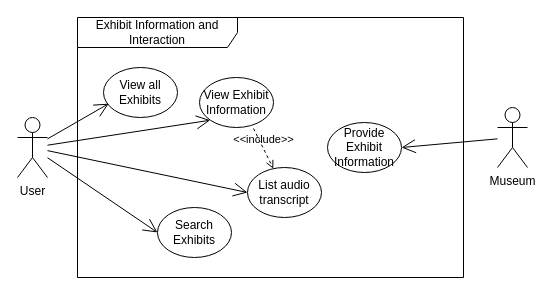
Earlier version of the draw.io diagram Use Case Diagrams/Exhibit Information.drawio (gsklaven/MusePath). Source tidied: cells renumbered, new cells numbered last; positions are measured from the earlier drawing's top-left corner, leaving out a move shared by most shapes. Both pictures are drawn from the tidied source at 100%, with x=0, y=0 at pixel (17, 17).
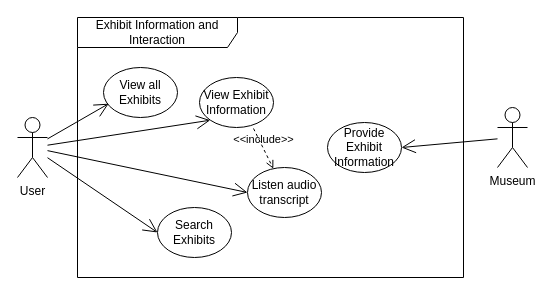
Above is the later version.

Change to the diagram source:
```diff
@@
 <mxGraphModel>
   <root>
     <mxCell id="0" />
     <mxCell id="1" parent="0" />
     <mxCell id="2" value="Exhibit Information and Interaction" style="shape=umlFrame;whiteSpace=wrap;html=1;width=160;" parent="1" vertex="1">
       <mxGeometry x="60" width="386" height="260" as="geometry" />
     </mxCell>
     <mxCell id="3" value="View Exhibit Information" style="ellipse;whiteSpace=wrap;html=1;" parent="2" vertex="1">
       <mxGeometry x="122" y="60" width="74" height="50" as="geometry" />
     </mxCell>
-    <mxCell id="4" value="List audio transcript" style="ellipse;whiteSpace=wrap;html=1;" parent="2" vertex="1">
+    <mxCell id="4" value="Listen audio transcript" style="ellipse;whiteSpace=wrap;html=1;" parent="2" vertex="1">
       <mxGeometry x="170" y="150" width="74" height="50" as="geometry" />
     </mxCell>
     <mxCell id="5" value="View all Exhibits" style="ellipse;whiteSpace=wrap;html=1;" parent="2" vertex="1">
       <mxGeometry x="26" y="50" width="74" height="50" as="geometry" />
     </mxCell>
     <mxCell id="6" value="Search Exhibits" style="ellipse;whiteSpace=wrap;html=1;" parent="2" vertex="1">
       <mxGeometry x="80" y="190" width="74" height="50" as="geometry" />
     </mxCell>
     <mxCell id="7" value="&amp;lt;&amp;lt;include&amp;gt;&amp;gt;" style="html=1;verticalAlign=bottom;labelBackgroundColor=none;endArrow=open;endFill=0;dashed=1;rounded=0;exitX=0.73;exitY=1.02;exitDx=0;exitDy=0;exitPerimeter=0;" parent="2" edge="1" source="3" target="4">
       <mxGeometry relative="1" as="geometry" />
     </mxCell>
     <mxCell id="8" value="Provide Exhibit Information" style="ellipse;whiteSpace=wrap;html=1;" parent="2" vertex="1">
       <mxGeometry x="250" y="105" width="74" height="50" as="geometry" />
     </mxCell>
     <mxCell id="9" value="User" style="shape=umlActor;verticalLabelPosition=bottom;verticalAlign=top;html=1;" parent="1" vertex="1">
       <mxGeometry y="100" width="30" height="60" as="geometry" />
     </mxCell>
     <mxCell id="10" style="endArrow=open;endFill=1;endSize=12;html=1;rounded=0;entryX=0.07;entryY=0.724;entryDx=0;entryDy=0;entryPerimeter=0;" parent="1" edge="1" source="9" target="5">
       <mxGeometry relative="1" as="geometry" />
     </mxCell>
     <mxCell id="11" style="endArrow=open;endFill=1;endSize=12;html=1;rounded=0;entryX=0;entryY=1;entryDx=0;entryDy=0;" parent="1" edge="1" source="9" target="3">
       <mxGeometry relative="1" as="geometry" />
     </mxCell>
     <mxCell id="12" style="endArrow=open;endFill=1;endSize=12;html=1;rounded=0;entryX=0;entryY=0.5;entryDx=0;entryDy=0;" parent="1" edge="1" source="9" target="6">
       <mxGeometry relative="1" as="geometry" />
     </mxCell>
     <mxCell id="13" style="endArrow=open;endFill=1;endSize=12;html=1;rounded=0;entryX=0;entryY=0.5;entryDx=0;entryDy=0;" parent="1" edge="1" source="9" target="4">
       <mxGeometry relative="1" as="geometry" />
     </mxCell>
     <mxCell id="14" value="Museum" style="shape=umlActor;verticalLabelPosition=bottom;verticalAlign=top;html=1;outlineConnect=0;" parent="1" vertex="1">
       <mxGeometry x="480" y="90" width="30" height="60" as="geometry" />
     </mxCell>
     <mxCell id="15" style="endArrow=open;endFill=1;endSize=12;html=1;rounded=0;entryX=1;entryY=0.5;entryDx=0;entryDy=0;" parent="1" edge="1" source="14" target="8">
       <mxGeometry relative="1" as="geometry" />
     </mxCell>
   </root>
 </mxGraphModel>
```
